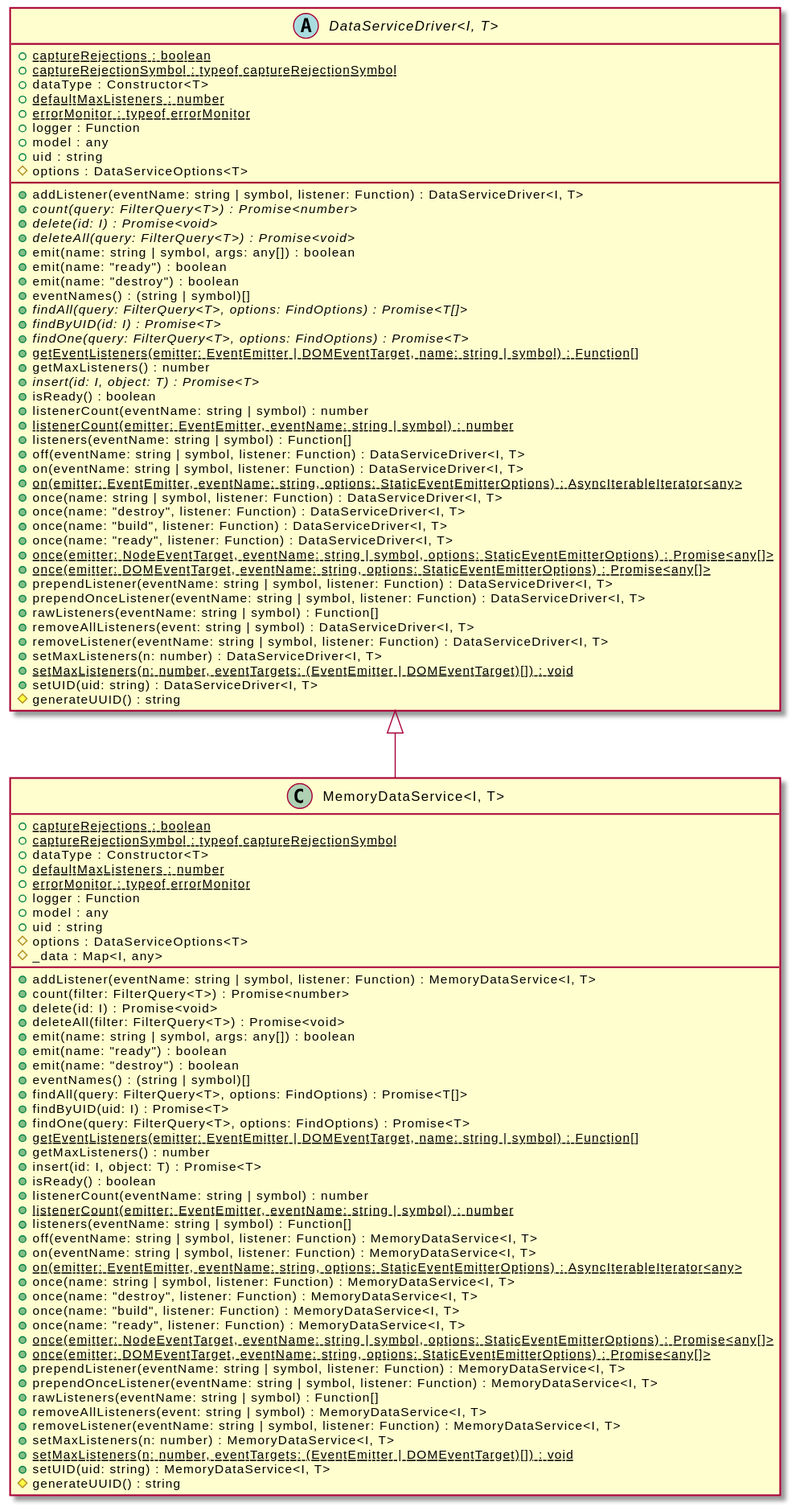
OpenHPS/openhps-core keeps this PlantUML diagram as assets/MemoryDataService-umlClassDiagram-8231.svg. Above is the earlier version.
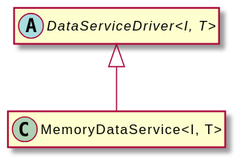
The same file after the commit.

The edit, as a diff of the source:
```diff
@@ -3,99 +3,8 @@
 hide empty methods
 hide empty fields
 class "MemoryDataService<I, T>" {
-    {static} +captureRejections : boolean
-    {static} +captureRejectionSymbol : typeof captureRejectionSymbol
-    +dataType : Constructor<T>
-    {static} +defaultMaxListeners : number
-    {static} +errorMonitor : typeof errorMonitor
-    +logger : Function
-    +model : any
-    +uid : string
-    #options : DataServiceOptions<T>
-    #_data : Map<I, any>
-    +addListener(eventName: string | symbol, listener: Function) : MemoryDataService<I, T>
-    +count(filter: FilterQuery<T>) : Promise<number>
-    +delete(id: I) : Promise<void>
-    +deleteAll(filter: FilterQuery<T>) : Promise<void>
-    +emit(name: string | symbol, args: any[]) : boolean
-    +emit(name: "ready") : boolean
-    +emit(name: "destroy") : boolean
-    +eventNames() : (string | symbol)[]
-    +findAll(query: FilterQuery<T>, options: FindOptions) : Promise<T[]>
-    +findByUID(uid: I) : Promise<T>
-    +findOne(query: FilterQuery<T>, options: FindOptions) : Promise<T>
-    {static} +getEventListeners(emitter: EventEmitter | DOMEventTarget, name: string | symbol) : Function[]
-    +getMaxListeners() : number
-    +insert(id: I, object: T) : Promise<T>
-    +isReady() : boolean
-    +listenerCount(eventName: string | symbol) : number
-    {static} +listenerCount(emitter: EventEmitter, eventName: string | symbol) : number
-    +listeners(eventName: string | symbol) : Function[]
-    +off(eventName: string | symbol, listener: Function) : MemoryDataService<I, T>
-    +on(eventName: string | symbol, listener: Function) : MemoryDataService<I, T>
-    {static} +on(emitter: EventEmitter, eventName: string, options: StaticEventEmitterOptions) : AsyncIterableIterator<any>
-    +once(name: string | symbol, listener: Function) : MemoryDataService<I, T>
-    +once(name: "destroy", listener: Function) : MemoryDataService<I, T>
-    +once(name: "build", listener: Function) : MemoryDataService<I, T>
-    +once(name: "ready", listener: Function) : MemoryDataService<I, T>
-    {static} +once(emitter: NodeEventTarget, eventName: string | symbol, options: StaticEventEmitterOptions) : Promise<any[]>
-    {static} +once(emitter: DOMEventTarget, eventName: string, options: StaticEventEmitterOptions) : Promise<any[]>
-    +prependListener(eventName: string | symbol, listener: Function) : MemoryDataService<I, T>
-    +prependOnceListener(eventName: string | symbol, listener: Function) : MemoryDataService<I, T>
-    +rawListeners(eventName: string | symbol) : Function[]
-    +removeAllListeners(event: string | symbol) : MemoryDataService<I, T>
-    +removeListener(eventName: string | symbol, listener: Function) : MemoryDataService<I, T>
-    +setMaxListeners(n: number) : MemoryDataService<I, T>
-    {static} +setMaxListeners(n: number, eventTargets: (EventEmitter | DOMEventTarget)[]) : void
-    +setUID(uid: string) : MemoryDataService<I, T>
-    #generateUUID() : string
 }
 abstract class "DataServiceDriver<I, T>" {
-    {static} +captureRejections : boolean
-    {static} +captureRejectionSymbol : typeof captureRejectionSymbol
-    +dataType : Constructor<T>
-    {static} +defaultMaxListeners : number
-    {static} +errorMonitor : typeof errorMonitor
-    +logger : Function
-    +model : any
-    +uid : string
-    #options : DataServiceOptions<T>
-    +addListener(eventName: string | symbol, listener: Function) : DataServiceDriver<I, T>
-    {abstract} +count(query: FilterQuery<T>) : Promise<number>
-    {abstract} +delete(id: I) : Promise<void>
-    {abstract} +deleteAll(query: FilterQuery<T>) : Promise<void>
-    +emit(name: string | symbol, args: any[]) : boolean
-    +emit(name: "ready") : boolean
-    +emit(name: "destroy") : boolean
-    +eventNames() : (string | symbol)[]
-    {abstract} +findAll(query: FilterQuery<T>, options: FindOptions) : Promise<T[]>
-    {abstract} +findByUID(id: I) : Promise<T>
-    {abstract} +findOne(query: FilterQuery<T>, options: FindOptions) : Promise<T>
-    {static} +getEventListeners(emitter: EventEmitter | DOMEventTarget, name: string | symbol) : Function[]
-    +getMaxListeners() : number
-    {abstract} +insert(id: I, object: T) : Promise<T>
-    +isReady() : boolean
-    +listenerCount(eventName: string | symbol) : number
-    {static} +listenerCount(emitter: EventEmitter, eventName: string | symbol) : number
-    +listeners(eventName: string | symbol) : Function[]
-    +off(eventName: string | symbol, listener: Function) : DataServiceDriver<I, T>
-    +on(eventName: string | symbol, listener: Function) : DataServiceDriver<I, T>
-    {static} +on(emitter: EventEmitter, eventName: string, options: StaticEventEmitterOptions) : AsyncIterableIterator<any>
-    +once(name: string | symbol, listener: Function) : DataServiceDriver<I, T>
-    +once(name: "destroy", listener: Function) : DataServiceDriver<I, T>
-    +once(name: "build", listener: Function) : DataServiceDriver<I, T>
-    +once(name: "ready", listener: Function) : DataServiceDriver<I, T>
-    {static} +once(emitter: NodeEventTarget, eventName: string | symbol, options: StaticEventEmitterOptions) : Promise<any[]>
-    {static} +once(emitter: DOMEventTarget, eventName: string, options: StaticEventEmitterOptions) : Promise<any[]>
-    +prependListener(eventName: string | symbol, listener: Function) : DataServiceDriver<I, T>
-    +prependOnceListener(eventName: string | symbol, listener: Function) : DataServiceDriver<I, T>
-    +rawListeners(eventName: string | symbol) : Function[]
-    +removeAllListeners(event: string | symbol) : DataServiceDriver<I, T>
-    +removeListener(eventName: string | symbol, listener: Function) : DataServiceDriver<I, T>
-    +setMaxListeners(n: number) : DataServiceDriver<I, T>
-    {static} +setMaxListeners(n: number, eventTargets: (EventEmitter | DOMEventTarget)[]) : void
-    +setUID(uid: string) : DataServiceDriver<I, T>
-    #generateUUID() : string
 }
 "DataServiceDriver<I, T>" <|-- "MemoryDataService<I, T>"
 @enduml
```
